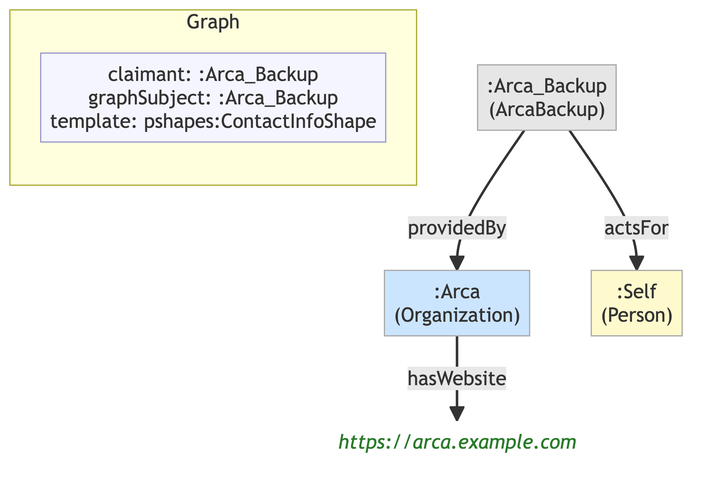
Above: example/graphs/images/graph-96.png in MeeFoundation/mia-ontologies (Mermaid), before the change. Its source is kept beside it as example/graphs/images/graph-96.mmd.
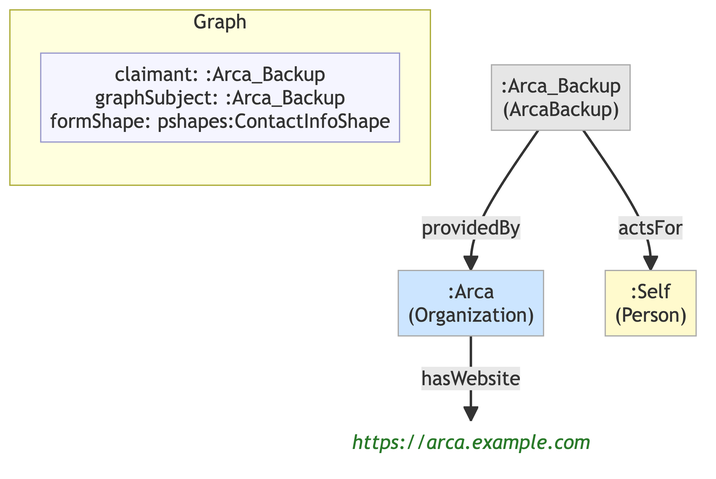
Above is the later version.

The edit, as a diff of the source:
```diff
@@ -7,14 +7,14 @@
 
     subgraph ctx["Graph"]
         direction LR
-        ctx_meta["claimant: :Arca_Backup\ngraphSubject: :Arca_Backup\ntemplate: pshapes:ContactInfoShape"]:::meta
+        ctx_meta["claimant: :Arca_Backup\ngraphSubject: :Arca_Backup\nformShape: pshapes:ContactInfoShape"]:::meta
     end
 
-    n203f6bee5d4e[":Arca\n(Organization)"]:::org
-    n80668e033d77("https://arca.example.com"):::lit
-    n1c6501c4f397[":Arca_Backup\n(ArcaBackup)"]:::service
-    ne0c3ba92f1db[":Self\n(Person)"]:::person
+    na72da163727c[":Arca\n(Organization)"]:::org
+    n5819b726ea63("https://arca.example.com"):::lit
+    n67ff82f1dbeb[":Arca_Backup\n(ArcaBackup)"]:::service
+    n655e442e50be[":Self\n(Person)"]:::person
 
-    n203f6bee5d4e -->|"hasWebsite"| n80668e033d77
-    n1c6501c4f397 -->|"actsFor"| ne0c3ba92f1db
-    n1c6501c4f397 -->|"providedBy"| n203f6bee5d4e
+    na72da163727c -->|"hasWebsite"| n5819b726ea63
+    n67ff82f1dbeb -->|"actsFor"| n655e442e50be
+    n67ff82f1dbeb -->|"providedBy"| na72da163727c
```
